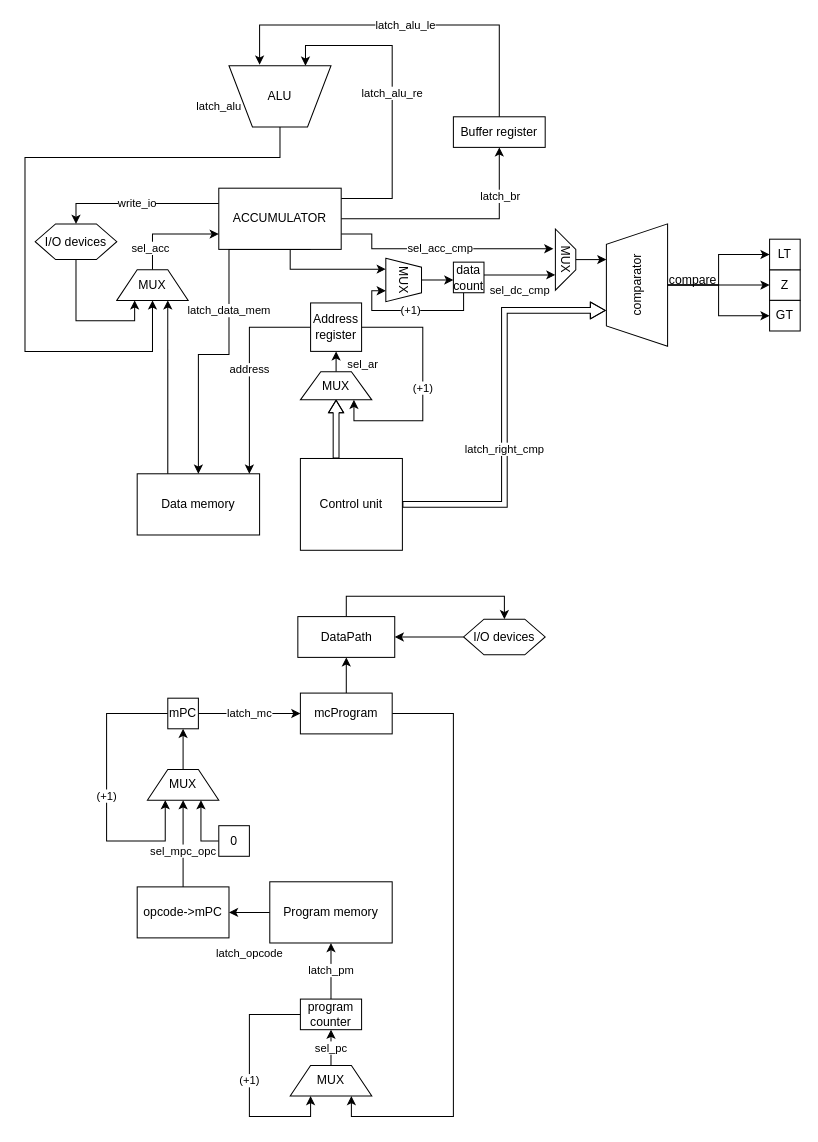
The draw.io diagram DataPathModel.drawio in lubitelkvokk/csa_lab3, before the edit. Source tidied: cells renumbered, new cells numbered last; positions are measured from the earlier drawing's top-left corner, leaving out a move shared by most shapes. Both pictures are drawn from the tidied source at 102%, with x=0, y=0 at pixel (24, 24).
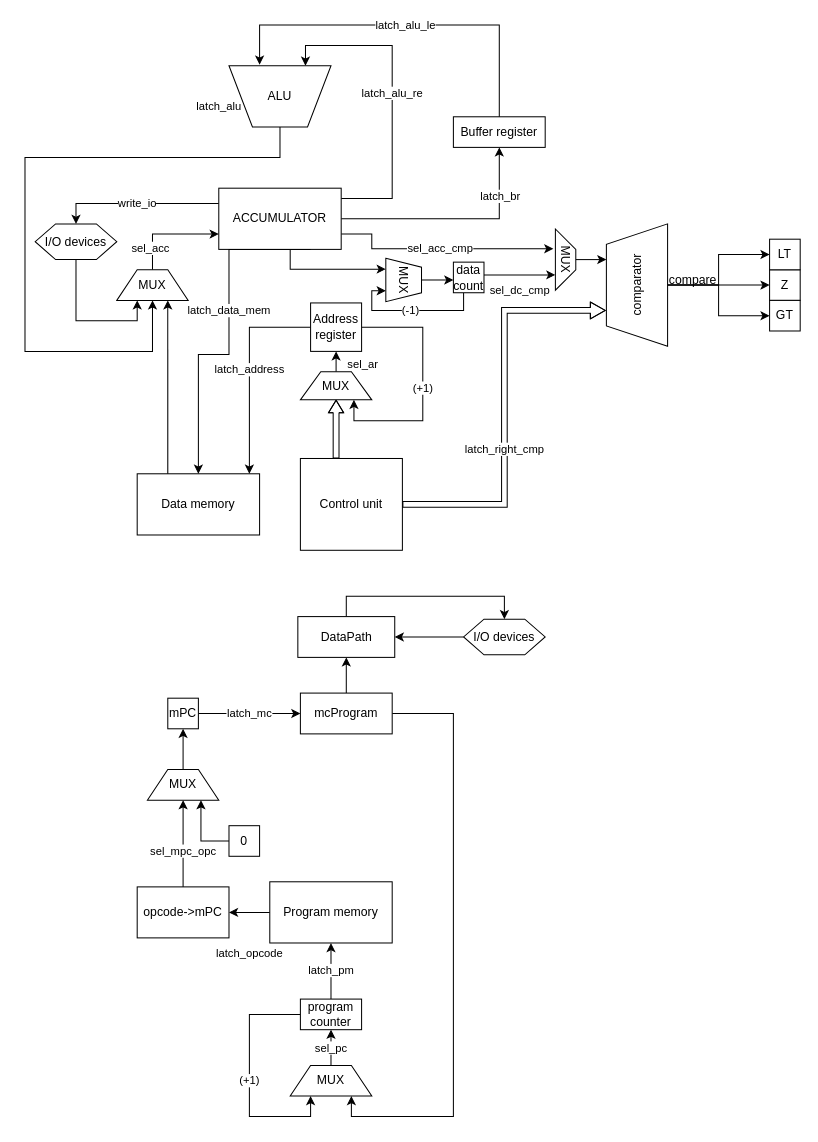
After the change.

Commit message (it also covers changes not shown here):
deleted decrement of mpc and added primary description of microcodes

The change refers to these unchanged cells:
```xml
<mxCell id="16" value="Data memory" style="rounded=0;whiteSpace=wrap;html=1;" parent="1" vertex="1">
  <mxGeometry x="110" y="440" width="120" height="60" as="geometry" />
</mxCell>
<mxCell id="20" value="MUX" style="shape=trapezoid;perimeter=trapezoidPerimeter;whiteSpace=wrap;html=1;fixedSize=1;" parent="1" vertex="1">
  <mxGeometry x="90" y="240" width="70" height="30" as="geometry" />
</mxCell>
<mxCell id="24" value="Address register" style="rounded=0;whiteSpace=wrap;html=1;" parent="1" vertex="1">
  <mxGeometry x="280" y="272.5" width="50" height="47.5" as="geometry" />
</mxCell>
<mxCell id="47" value="I/O devices" style="shape=hexagon;perimeter=hexagonPerimeter2;whiteSpace=wrap;html=1;fixedSize=1;" parent="1" vertex="1">
  <mxGeometry x="10" y="195" width="80" height="35" as="geometry" />
</mxCell>
<mxCell id="52" value="data&lt;div&gt;count&lt;/div&gt;" style="whiteSpace=wrap;html=1;" parent="1" vertex="1">
  <mxGeometry x="420" y="232.5" width="30" height="30" as="geometry" />
</mxCell>
<mxCell id="54" value="MUX" style="shape=trapezoid;perimeter=trapezoidPerimeter;whiteSpace=wrap;html=1;fixedSize=1;" parent="1" vertex="1">
  <mxGeometry x="120" y="730" width="70" height="30" as="geometry" />
</mxCell>
<mxCell id="59" value="mPC" style="whiteSpace=wrap;html=1;" parent="1" vertex="1">
  <mxGeometry x="140" y="660" width="30" height="30" as="geometry" />
</mxCell>
<mxCell id="68" value="MUX" style="shape=trapezoid;perimeter=trapezoidPerimeter;whiteSpace=wrap;html=1;fixedSize=1;rotation=90;size=8.749999999999886;" parent="1" vertex="1">
  <mxGeometry x="350" y="232.5" width="42.5" height="35" as="geometry" />
</mxCell>
```

Diff of the diagram source:
```diff
@@
-    <mxCell id="22" value="address" style="edgeStyle=orthogonalEdgeStyle;rounded=0;jettySize=auto;html=1;" parent="1" edge="1" source="24" target="16">
+    <mxCell id="22" value="latch_address" style="edgeStyle=orthogonalEdgeStyle;rounded=0;jettySize=auto;html=1;" parent="1" edge="1" source="24" target="16">
       <mxGeometry relative="1" as="geometry">
         <Array as="points">
           <mxPoint x="220" y="296" />
         </Array>
       </mxGeometry>
     </mxCell>
@@
-    <mxCell id="46" style="edgeStyle=orthogonalEdgeStyle;rounded=0;jettySize=auto;html=1;entryX=0.25;entryY=1;entryDx=0;entryDy=0;" parent="1" edge="1" source="47" target="20">
-      <mxGeometry relative="1" as="geometry" />
+    <mxCell id="46" style="edgeStyle=orthogonalEdgeStyle;rounded=0;jettySize=auto;html=1;" parent="1" edge="1" source="47">
+      <mxGeometry relative="1" as="geometry">
+        <mxPoint x="110" y="270" as="targetPoint" />
+        <Array as="points">
+          <mxPoint x="50" y="290" />
+          <mxPoint x="110" y="290" />
+          <mxPoint x="110" y="270" />
+        </Array>
+      </mxGeometry>
     </mxCell>
@@
-    <mxCell id="51" value="(+1)" style="edgeStyle=orthogonalEdgeStyle;rounded=0;jettySize=auto;html=1;entryX=0.75;entryY=1;entryDx=0;entryDy=0;" parent="1" edge="1" source="52" target="68">
+    <mxCell id="51" value="(-1)" style="edgeStyle=orthogonalEdgeStyle;rounded=0;jettySize=auto;html=1;entryX=0.75;entryY=1;entryDx=0;entryDy=0;" parent="1" edge="1" source="52" target="68">
       <mxGeometry relative="1" as="geometry">
         <Array as="points">
           <mxPoint x="430" y="280" />
           <mxPoint x="340" y="280" />
           <mxPoint x="340" y="261" />
         </Array>
       </mxGeometry>
     </mxCell>
@@
     <mxCell id="56" value="0" style="whiteSpace=wrap;html=1;" parent="1" vertex="1">
-      <mxGeometry x="190" y="785" width="30" height="30" as="geometry" />
+      <mxGeometry x="200" y="785" width="30" height="30" as="geometry" />
     </mxCell>
-    <mxCell id="57" value="(+1)" style="edgeStyle=orthogonalEdgeStyle;rounded=0;jettySize=auto;html=1;entryX=0.25;entryY=1;entryDx=0;entryDy=0;" parent="1" edge="1" source="59" target="54">
-      <mxGeometry relative="1" as="geometry">
-        <Array as="points">
-          <mxPoint x="80" y="675" />
-          <mxPoint x="80" y="800" />
-          <mxPoint x="138" y="800" />
-        </Array>
-      </mxGeometry>
-    </mxCell>
```
